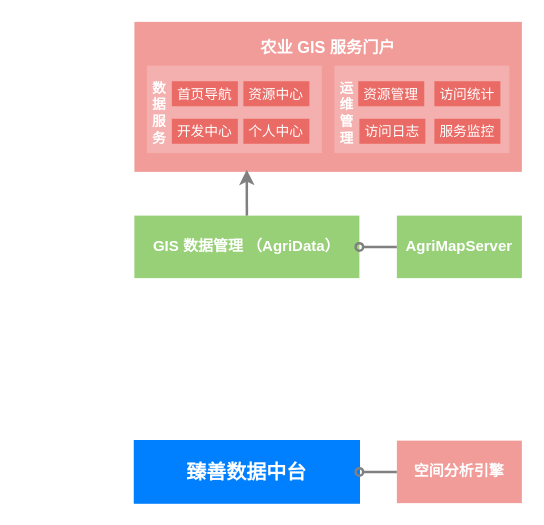
GISering/diagram keeps this draw.io diagram as page "第 2 页" (2 of 2) of GIS 一张图.drawio. Above is the earlier version. Source tidied: cells renumbered, new cells numbered last; positions are measured from the earlier drawing's top-left corner, leaving out a move shared by most shapes. Both pictures are drawn from the tidied source at 125%, with x=0, y=0 at pixel (121, 21).
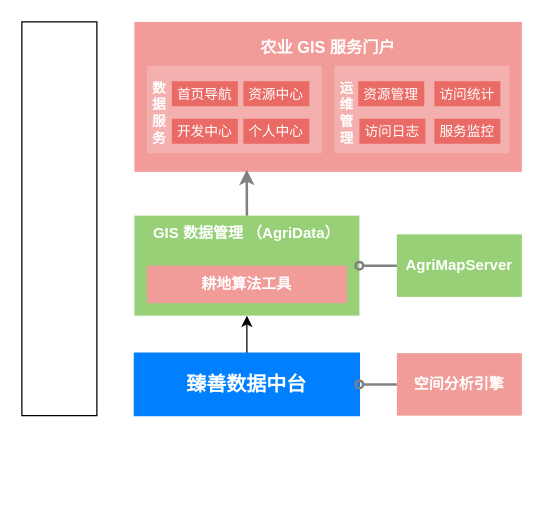
The same page after the edit.

Commit message:
更新GIS 一张图.drawio

What changed in the source:
```diff
@@
+    <mxCell id="23" style="edgeStyle=orthogonalEdgeStyle;rounded=0;jettySize=auto;html=1;exitX=0.5;exitY=0;exitDx=0;exitDy=0;entryX=0.5;entryY=1;entryDx=0;entryDy=0;" parent="1" edge="1" source="2" target="3">
+      <mxGeometry relative="1" as="geometry" />
+    </mxCell>
     <mxCell id="2" value="臻善数据中台" style="rounded=0;whiteSpace=wrap;html=1;strokeColor=#007FFF;fillColor=#007FFF;fontColor=#FFFFFF;fontStyle=1;fontSize=16;" parent="1" vertex="1">
-      <mxGeometry x="10" y="335" width="180" height="50" as="geometry" />
+      <mxGeometry x="10" y="265" width="180" height="50" as="geometry" />
     </mxCell>
-    <mxCell id="3" value="GIS 数据管理 （AgriData）" style="rounded=0;whiteSpace=wrap;html=1;fillColor=#97D077;strokeColor=none;fontColor=#FFFFFF;fontStyle=1;" parent="1" vertex="1">
-      <mxGeometry x="10" y="155" width="180" height="50" as="geometry" />
+    <mxCell id="3" value="GIS 数据管理 （AgriData）" style="rounded=0;whiteSpace=wrap;html=1;fillColor=#97D077;strokeColor=none;fontColor=#FFFFFF;fontStyle=1;verticalAlign=top;" parent="1" vertex="1">
+      <mxGeometry x="10" y="155" width="180" height="80" as="geometry" />
     </mxCell>
@@
     <mxCell id="7" value="空间分析引擎" style="rounded=0;whiteSpace=wrap;html=1;fillColor=#F19C99;strokeColor=none;fontStyle=1;fontColor=#FFFFFF;" parent="1" vertex="1">
-      <mxGeometry x="220" y="335" width="100" height="50" as="geometry" />
+      <mxGeometry x="220" y="265" width="100" height="50" as="geometry" />
     </mxCell>
@@
     <mxCell id="11" value="AgriMapServer" style="rounded=0;whiteSpace=wrap;html=1;fillColor=#97D077;strokeColor=none;fontColor=#FFFFFF;fontStyle=1;" parent="1" vertex="1">
-      <mxGeometry x="220" y="155" width="100" height="50" as="geometry" />
+      <mxGeometry x="220" y="170" width="100" height="50" as="geometry" />
     </mxCell>
@@
+    <mxCell id="24" value="耕地算法工具" style="rounded=0;whiteSpace=wrap;html=1;fillColor=#F19C99;strokeColor=none;fontStyle=1;fontColor=#FFFFFF;" parent="1" vertex="1">
+      <mxGeometry x="20" y="195" width="160" height="30" as="geometry" />
+    </mxCell>
+    <mxCell id="25" style="rounded=0;whiteSpace=wrap;html=1;" parent="1" vertex="1">
+      <mxGeometry x="-80" width="60" height="315" as="geometry" />
+    </mxCell>
```
